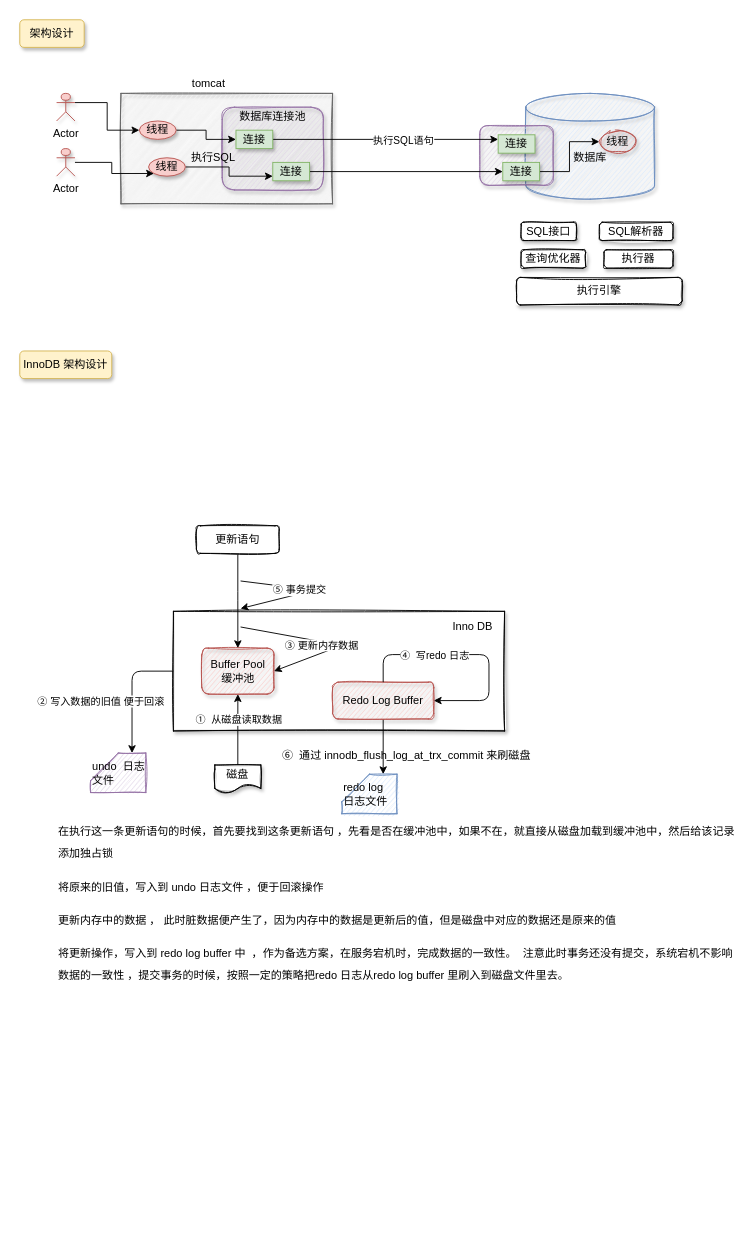
This is page "架构设计" (1 of 2) of mysql 实战优化 .drawio from topyuluo/photo-project, a draw.io file, before an edit. Source tidied: cells renumbered, new cells numbered last; positions are measured from the earlier drawing's top-left corner, leaving out a move shared by most shapes. Both pictures are drawn from the tidied source at 92%, with x=0, y=0 at pixel (19, 19).
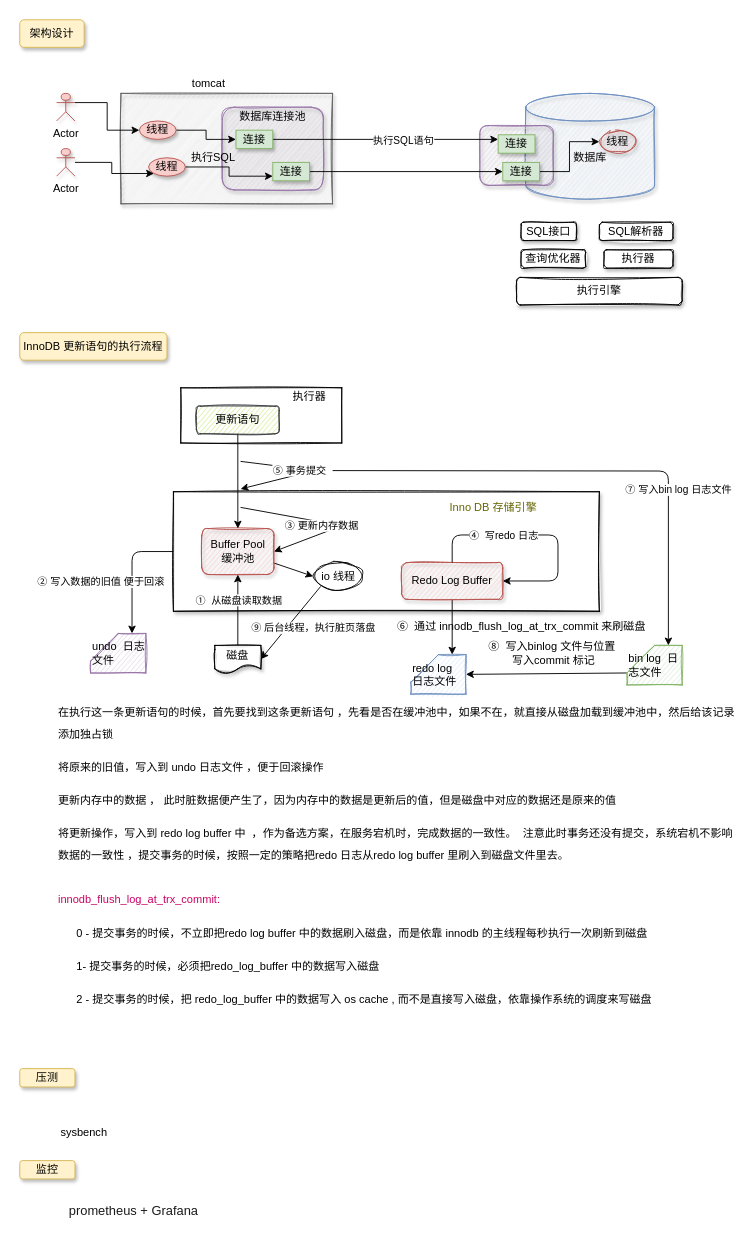
After the change.

Commit message:
更新mysql 实战优化 .drawio

Change to the diagram source:
```diff
@@
+    <mxCell id="55" style="rounded=0;whiteSpace=wrap;html=1;shadow=0;sketch=1;align=center;" parent="1" vertex="1">
+      <mxGeometry x="175" y="400" width="175" height="60" as="geometry" />
+    </mxCell>
     <mxCell id="2" style="rounded=0;whiteSpace=wrap;html=1;shadow=1;sketch=1;" parent="1" vertex="1">
-      <mxGeometry x="167" y="643" width="360" height="130" as="geometry" />
+      <mxGeometry x="167" y="513" width="463" height="130" as="geometry" />
     </mxCell>
@@
-    <mxCell id="33" value="InnoDB 架构设计" style="rounded=1;whiteSpace=wrap;html=1;shadow=1;fillColor=#fff2cc;strokeColor=#d6b656;" parent="1" vertex="1">
-      <mxGeometry y="360" width="100" height="30" as="geometry" />
+    <mxCell id="33" value="InnoDB 更新语句的执行流程" style="rounded=1;whiteSpace=wrap;html=1;shadow=1;fillColor=#fff2cc;strokeColor=#d6b656;" parent="1" vertex="1">
+      <mxGeometry y="340" width="160" height="30" as="geometry" />
     </mxCell>
@@
+    <mxCell id="56" style="rounded=1;jettySize=auto;html=1;exitX=1;exitY=0.75;exitDx=0;exitDy=0;entryX=0;entryY=0.5;entryDx=0;entryDy=0;endArrow=classic;endFill=1;" parent="1" edge="1" source="36" target="66">
+      <mxGeometry relative="1" as="geometry" />
+    </mxCell>
     <mxCell id="36" value="Buffer Pool&lt;br&gt;缓冲池" style="rounded=1;whiteSpace=wrap;html=1;shadow=1;sketch=1;fillColor=#f8cecc;strokeColor=#b85450;" parent="1" vertex="1">
-      <mxGeometry x="197.8" y="683" width="78.5" height="50" as="geometry" />
+      <mxGeometry x="197.8" y="553" width="78.5" height="50" as="geometry" />
     </mxCell>
@@
     <mxCell id="39" value="磁盘" style="shape=document;whiteSpace=wrap;html=1;boundedLbl=1;shadow=1;sketch=1;" parent="1" vertex="1">
-      <mxGeometry x="212" y="810" width="50" height="30" as="geometry" />
+      <mxGeometry x="212" y="680" width="50" height="30" as="geometry" />
     </mxCell>
     <mxCell id="40" value="&lt;p style=&quot;line-height: 200%&quot;&gt;在执行这一条更新语句的时候，首先要找到这条更新语句 ，先看是否在缓冲池中，如果不在，就直接从磁盘加载到缓冲池中，然后给该记录添加独占锁&lt;/p&gt;&lt;p style=&quot;line-height: 200%&quot;&gt;将原来的旧值，写入到 undo 日志文件 ，便于回滚操作&lt;/p&gt;&lt;p style=&quot;line-height: 200%&quot;&gt;更新内存中的数据 ， 此时脏数据便产生了，因为内存中的数据是更新后的值，但是磁盘中对应的数据还是原来的值&lt;/p&gt;&lt;p style=&quot;line-height: 200%&quot;&gt;将更新操作，写入到 redo log buffer 中&amp;nbsp; ，作为备选方案，在服务宕机时，完成数据的一致性。&amp;nbsp; 注意此时事务还没有提交，系统宕机不影响数据的一致性 ，提交事务的时候，按照一定的策略把redo 日志从redo log buffer 里刷入到磁盘文件里去。&lt;/p&gt;" style="text;html=1;strokeColor=none;fillColor=none;align=left;verticalAlign=middle;whiteSpace=wrap;rounded=0;shadow=0;sketch=0;" parent="1" vertex="1">
-      <mxGeometry x="40" y="870" width="740" height="180" as="geometry" />
+      <mxGeometry x="40" y="740" width="740" height="180" as="geometry" />
     </mxCell>
     <mxCell id="41" value="undo&amp;nbsp; 日志文件" style="shape=card;whiteSpace=wrap;html=1;shadow=0;sketch=1;align=left;fillColor=#e1d5e7;strokeColor=#9673a6;" parent="1" vertex="1">
-      <mxGeometry x="77" y="797" width="60" height="43" as="geometry" />
+      <mxGeometry x="77" y="667" width="60" height="43" as="geometry" />
     </mxCell>
@@
-    <mxCell id="43" value="更新语句" style="rounded=1;whiteSpace=wrap;html=1;shadow=0;sketch=1;align=center;" parent="1" vertex="1">
-      <mxGeometry x="192" y="550" width="90" height="30" as="geometry" />
+    <mxCell id="43" value="更新语句" style="rounded=1;whiteSpace=wrap;html=1;shadow=0;sketch=1;align=center;fillColor=#cdeb8b;strokeColor=#36393d;" parent="1" vertex="1">
+      <mxGeometry x="192" y="420" width="90" height="30" as="geometry" />
     </mxCell>
     <mxCell id="44" style="endArrow=classic;html=1;entryX=1;entryY=0.5;entryDx=0;entryDy=0;" parent="1" edge="1" target="36">
       <mxGeometry relative="1" as="geometry">
-        <mxPoint x="240" y="660" as="sourcePoint" />
+        <mxPoint x="240" y="530" as="sourcePoint" />
         <Array as="points">
-          <mxPoint x="350" y="680" />
+          <mxPoint x="350" y="550" />
         </Array>
       </mxGeometry>
     </mxCell>
@@
-    <mxCell id="46" value="Inno DB" style="text;html=1;strokeColor=none;fillColor=none;align=center;verticalAlign=middle;whiteSpace=wrap;rounded=0;shadow=0;sketch=1;" parent="1" vertex="1">
-      <mxGeometry x="460" y="650" width="65" height="20" as="geometry" />
+    <mxCell id="46" value="&lt;font color=&quot;#666600&quot;&gt;Inno DB 存储引擎&lt;/font&gt;" style="text;html=1;align=center;verticalAlign=middle;whiteSpace=wrap;rounded=0;shadow=0;sketch=1;" parent="1" vertex="1">
+      <mxGeometry x="460" y="520" width="110" height="20" as="geometry" />
     </mxCell>
@@
     <mxCell id="48" value="Redo Log Buffer" style="rounded=1;whiteSpace=wrap;html=1;shadow=1;sketch=1;fillColor=#f8cecc;strokeColor=#b85450;" parent="1" vertex="1">
-      <mxGeometry x="340" y="720" width="110" height="40" as="geometry" />
+      <mxGeometry x="415" y="590" width="110" height="40" as="geometry" />
     </mxCell>
     <mxCell id="49" style="edgeStyle=orthogonalEdgeStyle;rounded=1;orthogonalLoop=1;jettySize=auto;html=1;exitX=0.5;exitY=0;exitDx=0;exitDy=0;entryX=1;entryY=0.5;entryDx=0;entryDy=0;" parent="1" edge="1" source="48" target="48">
       <mxGeometry relative="1" as="geometry">
         <Array as="points">
-          <mxPoint x="395" y="690" />
-          <mxPoint x="510" y="690" />
-          <mxPoint x="510" y="740" />
+          <mxPoint x="470" y="560" />
+          <mxPoint x="585" y="560" />
+          <mxPoint x="585" y="610" />
         </Array>
       </mxGeometry>
     </mxCell>
@@
     <mxCell id="51" value="redo log&amp;nbsp;&lt;br&gt;日志文件" style="shape=card;whiteSpace=wrap;html=1;shadow=0;sketch=1;align=left;fillColor=#dae8fc;strokeColor=#6c8ebf;" parent="1" vertex="1">
-      <mxGeometry x="350" y="820" width="60" height="43" as="geometry" />
+      <mxGeometry x="425" y="690" width="60" height="43" as="geometry" />
     </mxCell>
     <mxCell id="52" value="⑥&amp;nbsp; 通过 innodb_flush_log_at_trx_commit 来刷磁盘" style="text;html=1;align=center;verticalAlign=middle;" parent="1" vertex="1">
-      <mxGeometry x="275" y="790" width="290" height="20" as="geometry" />
+      <mxGeometry x="400" y="650" width="290" height="20" as="geometry" />
     </mxCell>
     <mxCell id="53" style="endArrow=classic;html=1;" parent="1" edge="1">
       <mxGeometry relative="1" as="geometry">
-        <mxPoint x="240" y="610" as="sourcePoint" />
-        <mxPoint x="240" y="640" as="targetPoint" />
+        <mxPoint x="240" y="480" as="sourcePoint" />
+        <mxPoint x="240" y="510" as="targetPoint" />
         <Array as="points">
-          <mxPoint x="320" y="620" />
+          <mxPoint x="320" y="490" />
         </Array>
       </mxGeometry>
     </mxCell>
@@
+    <mxCell id="57" value="&lt;p style=&quot;line-height: 200%&quot;&gt;&lt;font color=&quot;#cc0066&quot;&gt;innodb_flush_log_at_trx_commit:&lt;/font&gt;&lt;/p&gt;&lt;p style=&quot;line-height: 200%&quot;&gt;&amp;nbsp; &amp;nbsp; &amp;nbsp; 0 - 提交事务的时候，不立即把redo log buffer 中的数据刷入磁盘，而是依靠 innodb 的主线程每秒执行一次刷新到磁盘&lt;/p&gt;&lt;p style=&quot;line-height: 200%&quot;&gt;&amp;nbsp; &amp;nbsp; &amp;nbsp; 1- 提交事务的时候，必须把redo_log_buffer 中的数据写入磁盘&lt;/p&gt;&lt;p style=&quot;line-height: 200%&quot;&gt;&amp;nbsp; &amp;nbsp; &amp;nbsp; 2 - 提交事务的时候，把 redo_log_buffer 中的数据写入 os cache , 而不是直接写入磁盘，依靠操作系统的调度来写磁盘&lt;/p&gt;" style="text;html=1;align=left;verticalAlign=middle;whiteSpace=wrap;rounded=0;shadow=0;sketch=0;" parent="1" vertex="1">
+      <mxGeometry x="40" y="950" width="740" height="120" as="geometry" />
+    </mxCell>
+    <mxCell id="58" style="edgeStyle=none;rounded=1;jettySize=auto;html=1;exitX=0;exitY=0;exitDx=0;exitDy=30;exitPerimeter=0;entryX=1;entryY=0.5;entryDx=0;entryDy=0;entryPerimeter=0;endArrow=classic;endFill=1;" parent="1" edge="1" source="59" target="51">
+      <mxGeometry relative="1" as="geometry" />
+    </mxCell>
+    <mxCell id="59" value="bin log&amp;nbsp; 日志文件" style="shape=card;whiteSpace=wrap;html=1;shadow=0;sketch=1;align=left;fillColor=#d5e8d4;strokeColor=#82b366;" parent="1" vertex="1">
+      <mxGeometry x="660" y="680" width="60" height="43" as="geometry" />
+    </mxCell>
+    <mxCell id="60" style="endArrow=classic;html=1;entryX=0;entryY=0;entryDx=45;entryDy=0;entryPerimeter=0;edgeStyle=orthogonalEdgeStyle;elbow=vertical;" parent="1" edge="1" target="59">
+      <mxGeometry relative="1" as="geometry">
+        <mxPoint x="340" y="490" as="sourcePoint" />
+      </mxGeometry>
+    </mxCell>
+    <mxCell id="61" value="⑦ 写入bin log 日志文件" style="edgeLabel;html=1;align=center;verticalAlign=middle;" parent="60" vertex="1">
+      <mxGeometry x="0.37" y="-1" relative="1" as="geometry">
+        <mxPoint x="11" y="5" as="offset" />
+      </mxGeometry>
+    </mxCell>
+    <mxCell id="62" value="执行器" style="text;html=1;strokeColor=none;fillColor=none;align=center;verticalAlign=middle;whiteSpace=wrap;rounded=0;shadow=0;sketch=1;" parent="1" vertex="1">
+      <mxGeometry x="280" y="400" width="70" height="20" as="geometry" />
+    </mxCell>
+    <mxCell id="63" value="⑧&amp;nbsp; 写入binlog 文件与位置&amp;nbsp;&lt;br&gt;写入commit 标记" style="text;html=1;align=center;verticalAlign=middle;" parent="1" vertex="1">
+      <mxGeometry x="500" y="673.5" width="160" height="30" as="geometry" />
+    </mxCell>
+    <mxCell id="64" style="edgeStyle=none;rounded=1;jettySize=auto;html=1;exitX=0;exitY=1;exitDx=0;exitDy=0;entryX=1;entryY=0.5;entryDx=0;entryDy=0;endArrow=classic;endFill=1;" parent="1" edge="1" source="66" target="39">
+      <mxGeometry relative="1" as="geometry" />
+    </mxCell>
+    <mxCell id="65" value="⑨ 后台线程，执行脏页落盘" style="edgeLabel;html=1;align=center;verticalAlign=middle;" parent="64" vertex="1">
+      <mxGeometry x="0.21" y="2" relative="1" as="geometry">
+        <mxPoint x="29.6" y="-4.8" as="offset" />
+      </mxGeometry>
+    </mxCell>
+    <mxCell id="66" value="io 线程" style="ellipse;whiteSpace=wrap;html=1;shadow=0;sketch=1;align=center;" parent="1" vertex="1">
+      <mxGeometry x="319" y="590" width="55" height="30" as="geometry" />
+    </mxCell>
+    <mxCell id="67" value="压测" style="rounded=1;whiteSpace=wrap;html=1;shadow=1;fillColor=#fff2cc;strokeColor=#d6b656;" parent="1" vertex="1">
+      <mxGeometry y="1140" width="60" height="20" as="geometry" />
+    </mxCell>
+    <mxCell id="68" value="sysbench" style="text;html=1;strokeColor=none;fillColor=none;align=center;verticalAlign=middle;whiteSpace=wrap;rounded=0;shadow=0;sketch=1;" parent="1" vertex="1">
+      <mxGeometry x="40" y="1200" width="60" height="20" as="geometry" />
+    </mxCell>
+    <mxCell id="69" value="监控" style="rounded=1;whiteSpace=wrap;html=1;shadow=1;fillColor=#fff2cc;strokeColor=#d6b656;" parent="1" vertex="1">
+      <mxGeometry y="1240" width="60" height="20" as="geometry" />
+    </mxCell>
+    <mxCell id="70" value="&lt;h1 style=&quot;font-family: &amp;#34;microsoft yahei&amp;#34; ; font-size: 14px&quot;&gt;&lt;font color=&quot;#1a1a1a&quot; style=&quot;font-weight: normal&quot;&gt;prometheus + Grafana&lt;/font&gt;&lt;/h1&gt;" style="text;html=1;strokeColor=none;fillColor=none;align=center;verticalAlign=middle;whiteSpace=wrap;rounded=0;shadow=0;sketch=1;" parent="1" vertex="1">
+      <mxGeometry x="40" y="1280" width="168" height="30" as="geometry" />
+    </mxCell>
```
